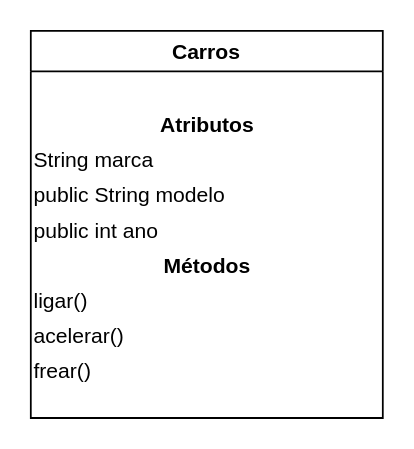
The draw.io diagram UML/Carrps.drawio in cleberkirch86/Prog1-Atividade2, before the edit. Source tidied: cells renumbered, new cells numbered last; positions are measured from the earlier drawing's top-left corner, leaving out a move shared by most shapes. Both pictures are drawn from the tidied source at 176%, with x=0, y=0 at pixel (30, 30).
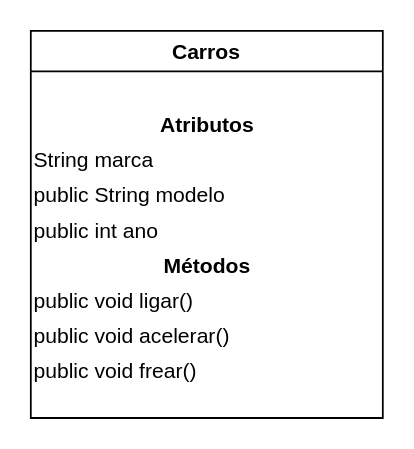
The same diagram, later.

Diff of the diagram source:
```diff
@@
 <mxGraphModel>
   <root>
     <mxCell id="0" />
     <mxCell id="1" parent="0" />
     <mxCell id="2" value="Carros" style="swimlane;fontStyle=1;" parent="1" vertex="1">
       <mxGeometry width="200" height="220" as="geometry" />
     </mxCell>
     <mxCell id="3" value="Atributos" style="text;html=1;align=center;fontStyle=1;" parent="2" vertex="1">
       <mxGeometry y="40" width="200" height="20" as="geometry" />
     </mxCell>
     <mxCell id="4" value="String marca" style="text;html=1;" parent="2" vertex="1">
       <mxGeometry y="60" width="200" height="20" as="geometry" />
     </mxCell>
     <mxCell id="5" value="public String modelo" style="text;html=1;" parent="2" vertex="1">
       <mxGeometry y="80" width="200" height="20" as="geometry" />
     </mxCell>
     <mxCell id="6" value="public int ano" style="text;html=1;" parent="2" vertex="1">
       <mxGeometry y="100" width="200" height="20" as="geometry" />
     </mxCell>
     <mxCell id="7" value="Métodos" style="text;html=1;align=center;fontStyle=1;" parent="2" vertex="1">
       <mxGeometry y="120" width="200" height="20" as="geometry" />
     </mxCell>
-    <mxCell id="8" value="ligar()" style="text;html=1;" parent="2" vertex="1">
+    <mxCell id="8" value="public void ligar()" style="text;html=1;" parent="2" vertex="1">
       <mxGeometry y="140" width="200" height="20" as="geometry" />
     </mxCell>
-    <mxCell id="9" value="acelerar()" style="text;html=1;" parent="2" vertex="1">
+    <mxCell id="9" value="public void acelerar()" style="text;html=1;" parent="2" vertex="1">
       <mxGeometry y="160" width="200" height="20" as="geometry" />
     </mxCell>
-    <mxCell id="10" value="frear()" style="text;html=1;" parent="2" vertex="1">
+    <mxCell id="10" value="public void frear()" style="text;html=1;" parent="2" vertex="1">
       <mxGeometry y="180" width="200" height="20" as="geometry" />
     </mxCell>
   </root>
 </mxGraphModel>
```
